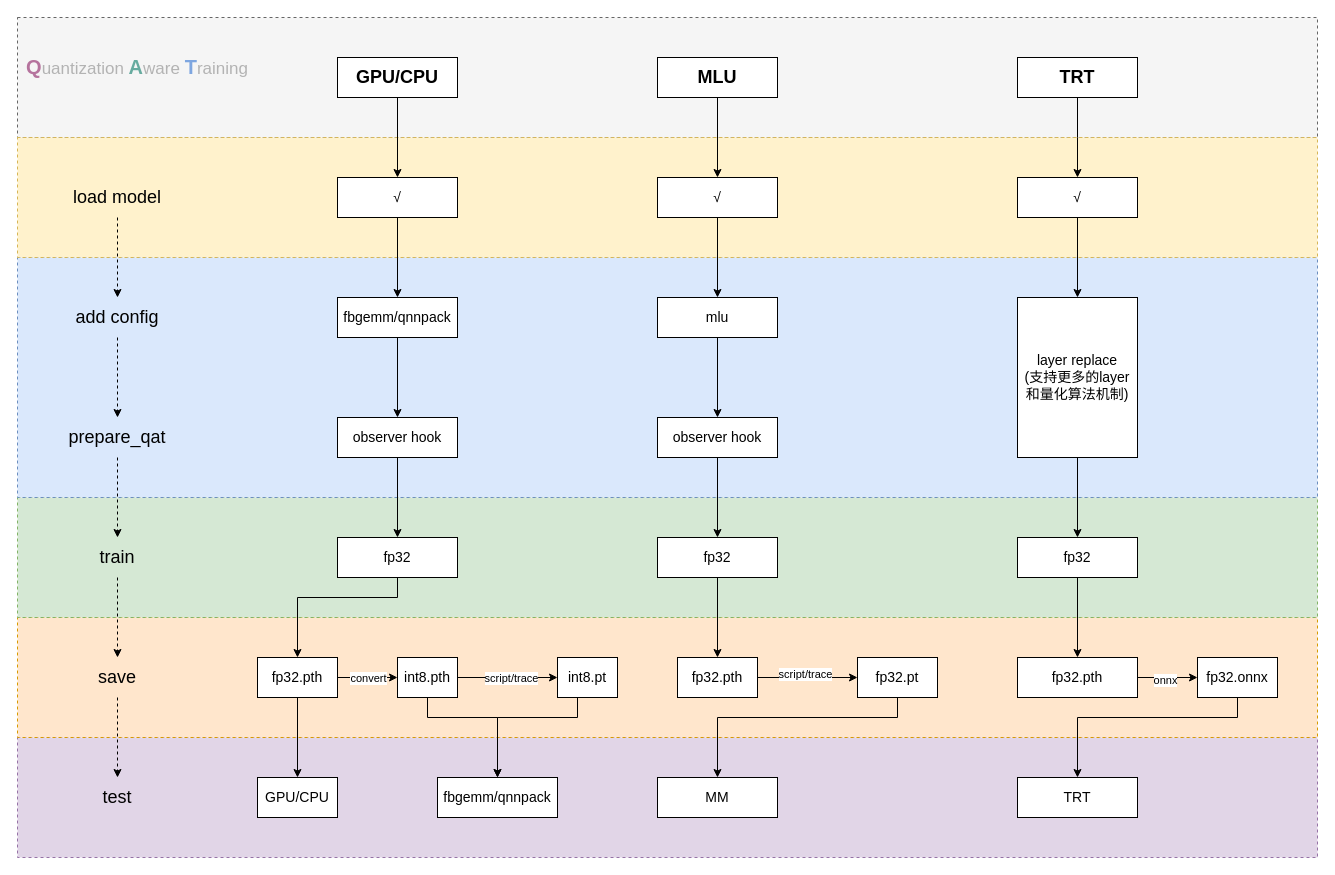
Before: page "Page-2" (2 of 2) of torch/QAT_Model_Flow.drawio in alanzhai219/dive_into_framework, a draw.io diagram. Source tidied: cells renumbered, new cells numbered last; positions are measured from the earlier drawing's top-left corner, leaving out a move shared by most shapes. Both pictures are drawn from the tidied source at 100%, with x=0, y=0 at pixel (17, 17).
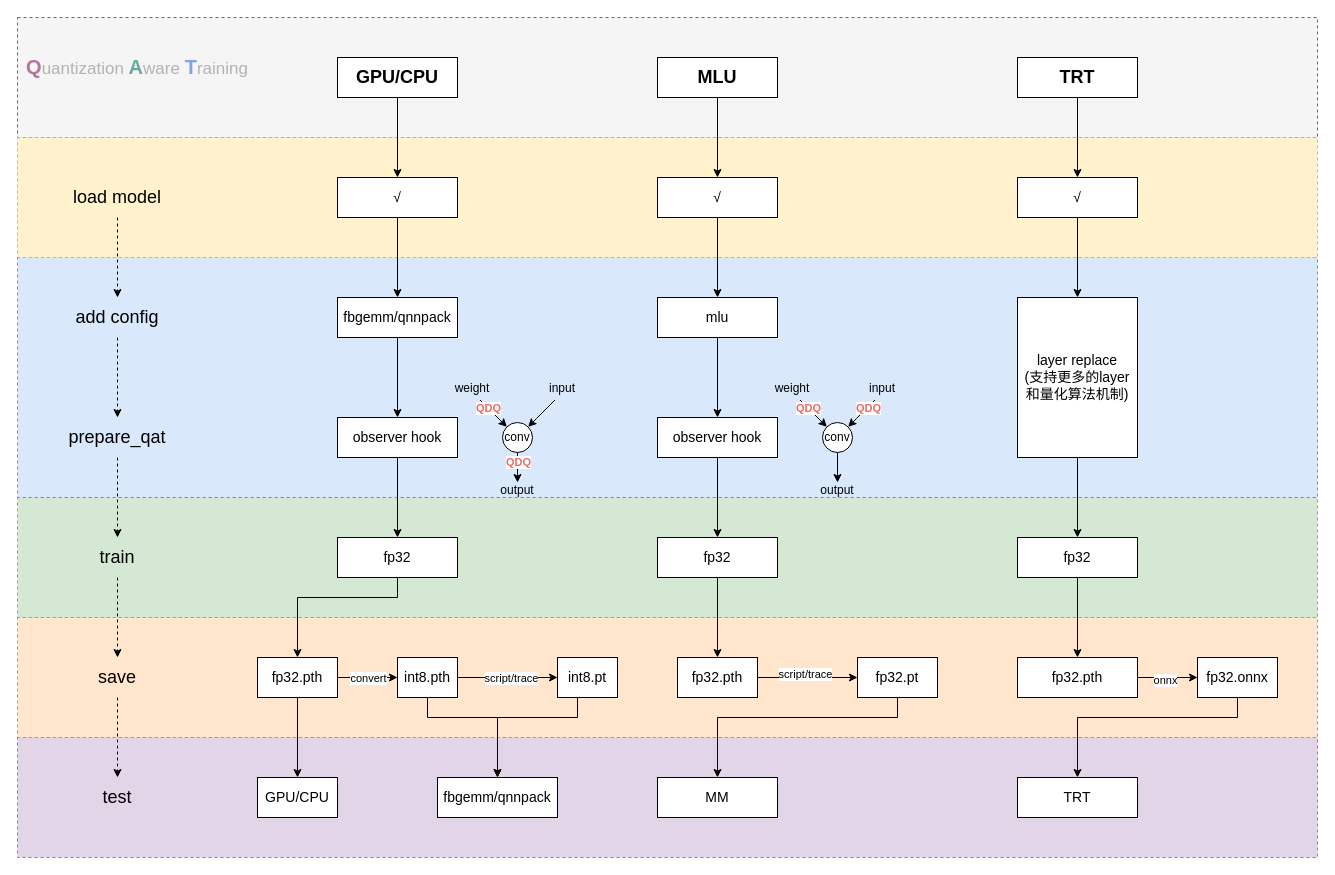
The same page after the edit.

What changed in the source:
```diff
@@
+    <mxCell id="72" style="group;" parent="1" vertex="1">
+      <mxGeometry x="440" y="360" width="120" height="120" as="geometry" />
+    </mxCell>
+    <mxCell id="73" value="conv" style="ellipse;whiteSpace=wrap;html=1;" parent="72" vertex="1">
+      <mxGeometry x="45" y="45" width="30" height="30" as="geometry" />
+    </mxCell>
+    <mxCell id="74" style="endArrow=classic;html=1;entryX=1;entryY=0;entryDx=0;entryDy=0;" parent="72" edge="1" target="73">
+      <mxGeometry relative="1" as="geometry">
+        <mxPoint x="97.5" y="22.5" as="sourcePoint" />
+        <Array as="points">
+          <mxPoint x="82.5" y="37.5" />
+        </Array>
+      </mxGeometry>
+    </mxCell>
+    <mxCell id="75" value="input" style="text;html=1;strokeColor=none;fillColor=none;align=center;verticalAlign=middle;whiteSpace=wrap;rounded=0;" parent="72" vertex="1">
+      <mxGeometry x="90" width="30" height="22.5" as="geometry" />
+    </mxCell>
+    <mxCell id="76" style="endArrow=classic;html=1;entryX=0;entryY=0;entryDx=0;entryDy=0;" parent="72" edge="1" target="73">
+      <mxGeometry relative="1" as="geometry">
+        <mxPoint x="22.5" y="22.5" as="sourcePoint" />
+      </mxGeometry>
+    </mxCell>
+    <mxCell id="77" value="QDQ" style="edgeLabel;html=1;align=center;verticalAlign=middle;fontColor=#EA6B66;fontStyle=1;" parent="76" vertex="1">
+      <mxGeometry x="-0.37" relative="1" as="geometry" />
+    </mxCell>
+    <mxCell id="78" value="weight" style="text;html=1;strokeColor=none;fillColor=none;align=center;verticalAlign=middle;whiteSpace=wrap;rounded=0;" parent="72" vertex="1">
+      <mxGeometry width="30" height="22.5" as="geometry" />
+    </mxCell>
+    <mxCell id="79" style="endArrow=classic;html=1;exitX=0.5;exitY=1;exitDx=0;exitDy=0;" parent="72" edge="1" source="73">
+      <mxGeometry relative="1" as="geometry">
+        <mxPoint x="60" y="105" as="targetPoint" />
+      </mxGeometry>
+    </mxCell>
+    <mxCell id="80" value="QDQ" style="edgeLabel;html=1;align=center;verticalAlign=middle;fontColor=#EA6B66;fontStyle=1;" parent="79" vertex="1">
+      <mxGeometry x="-0.38" relative="1" as="geometry" />
+    </mxCell>
+    <mxCell id="81" value="output" style="text;html=1;strokeColor=none;fillColor=none;align=center;verticalAlign=middle;whiteSpace=wrap;rounded=0;" parent="72" vertex="1">
+      <mxGeometry x="45" y="105" width="30" height="15" as="geometry" />
+    </mxCell>
+    <mxCell id="82" style="group;" parent="1" vertex="1">
+      <mxGeometry x="760" y="360" width="120" height="120" as="geometry" />
+    </mxCell>
+    <mxCell id="83" value="conv" style="ellipse;whiteSpace=wrap;html=1;" parent="82" vertex="1">
+      <mxGeometry x="45" y="45" width="30" height="30" as="geometry" />
+    </mxCell>
+    <mxCell id="84" style="endArrow=classic;html=1;entryX=1;entryY=0;entryDx=0;entryDy=0;" parent="82" edge="1" target="83">
+      <mxGeometry relative="1" as="geometry">
+        <mxPoint x="97.5" y="22.5" as="sourcePoint" />
+        <Array as="points">
+          <mxPoint x="82.5" y="37.5" />
+        </Array>
+      </mxGeometry>
+    </mxCell>
+    <mxCell id="85" value="input" style="text;html=1;strokeColor=none;fillColor=none;align=center;verticalAlign=middle;whiteSpace=wrap;rounded=0;" parent="82" vertex="1">
+      <mxGeometry x="90" width="30" height="22.5" as="geometry" />
+    </mxCell>
+    <mxCell id="86" style="endArrow=classic;html=1;entryX=0;entryY=0;entryDx=0;entryDy=0;" parent="82" edge="1" target="83">
+      <mxGeometry relative="1" as="geometry">
+        <mxPoint x="22.5" y="22.5" as="sourcePoint" />
+      </mxGeometry>
+    </mxCell>
+    <mxCell id="87" value="QDQ" style="edgeLabel;html=1;align=center;verticalAlign=middle;fontStyle=1;fontColor=#EA6B66;" parent="86" vertex="1">
+      <mxGeometry x="-0.37" relative="1" as="geometry" />
+    </mxCell>
+    <mxCell id="88" value="weight" style="text;html=1;strokeColor=none;fillColor=none;align=center;verticalAlign=middle;whiteSpace=wrap;rounded=0;" parent="82" vertex="1">
+      <mxGeometry width="30" height="22.5" as="geometry" />
+    </mxCell>
+    <mxCell id="89" style="endArrow=classic;html=1;exitX=0.5;exitY=1;exitDx=0;exitDy=0;" parent="82" edge="1" source="83">
+      <mxGeometry relative="1" as="geometry">
+        <mxPoint x="60" y="105" as="targetPoint" />
+      </mxGeometry>
+    </mxCell>
+    <mxCell id="90" value="QDQ" style="edgeLabel;html=1;align=center;verticalAlign=middle;fontColor=#EA6B66;fontStyle=1;" parent="89" vertex="1">
+      <mxGeometry x="-0.38" relative="1" as="geometry">
+        <mxPoint x="30" y="-54" as="offset" />
+      </mxGeometry>
+    </mxCell>
+    <mxCell id="91" value="output" style="text;html=1;strokeColor=none;fillColor=none;align=center;verticalAlign=middle;whiteSpace=wrap;rounded=0;" parent="82" vertex="1">
+      <mxGeometry x="45" y="105" width="30" height="15" as="geometry" />
+    </mxCell>
```
